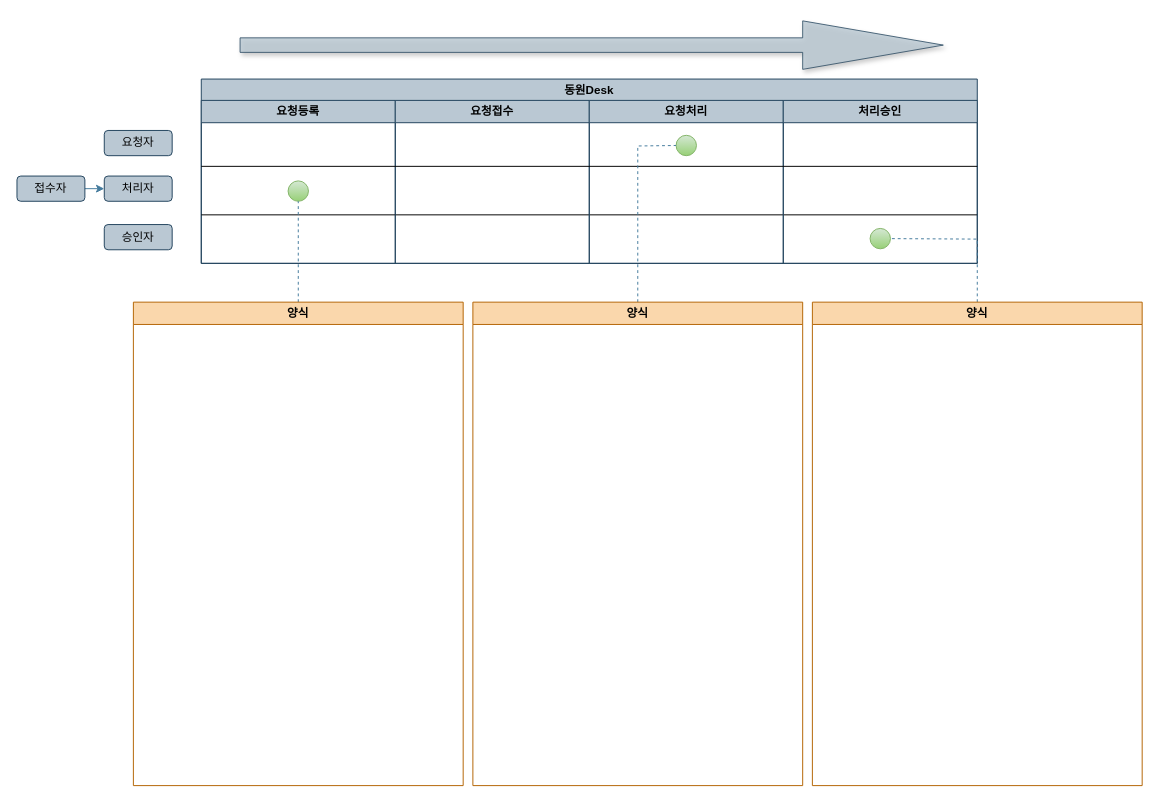
The draw.io diagram page "SR데이터수정2" (2 of 4) of 동원Desk알림프로세스.drawio in eoaud0012/Diagram, before the edit. Source tidied: cells renumbered, new cells numbered last; positions are measured from the earlier drawing's top-left corner, leaving out a move shared by most shapes. Both pictures are drawn from the tidied source at 97%, with x=0, y=0 at pixel (16, 20).
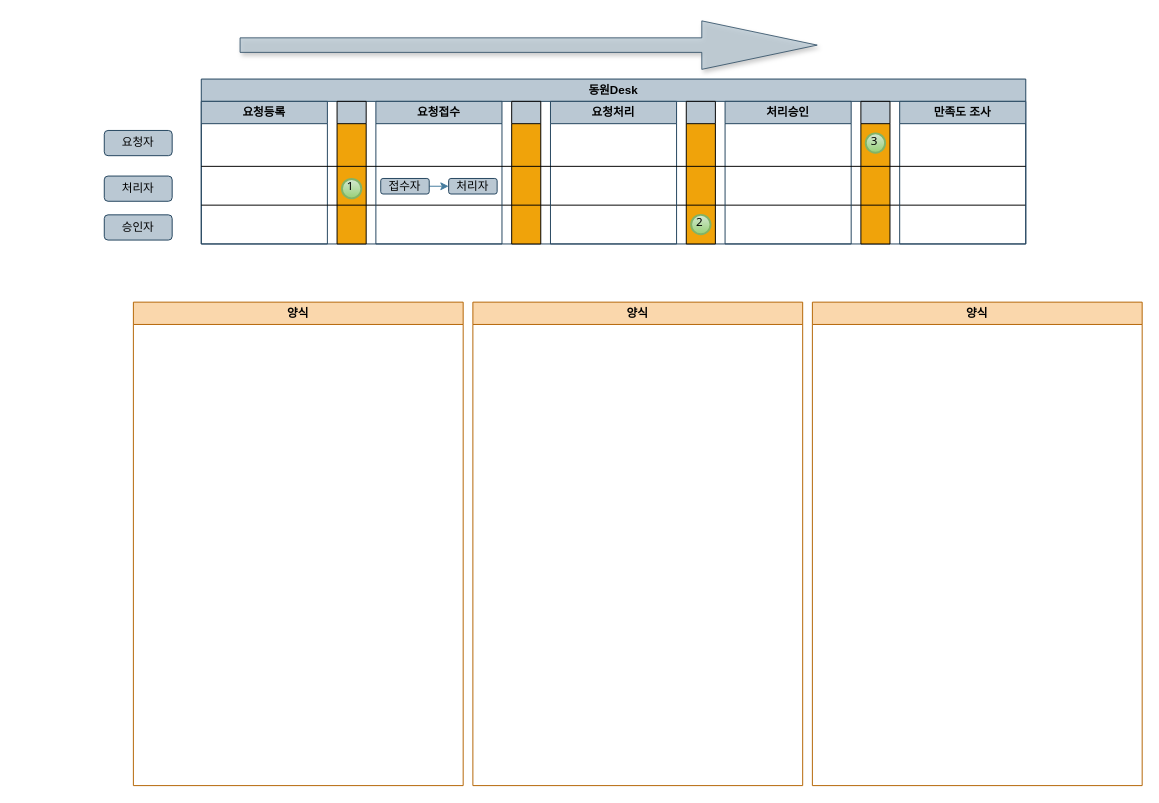
Above is the later version.

Unchanged cells that the change refers to:
```xml
<mxCell id="19" value="양식" style="swimlane;whiteSpace=wrap;html=1;strokeColor=#b46504;fillColor=#fad7ac;" parent="1" vertex="1">
  <mxGeometry x="470" y="290" width="340" height="498.4" as="geometry" />
</mxCell>
<mxCell id="20" value="양식" style="swimlane;whiteSpace=wrap;html=1;strokeColor=#b46504;fillColor=#fad7ac;" parent="1" vertex="1">
  <mxGeometry x="120" y="290" width="340" height="498.4" as="geometry" />
</mxCell>
<mxCell id="21" value="양식" style="swimlane;whiteSpace=wrap;html=1;strokeColor=#b46504;fillColor=#fad7ac;" parent="1" vertex="1">
  <mxGeometry x="820" y="290" width="340" height="498.4" as="geometry" />
</mxCell>
```

Change to the diagram source:
```diff
@@
     <mxCell id="2" style="shape=singleArrow;direction=west;whiteSpace=wrap;html=1;rotation=-180;fillColor=#bac8d3;opacity=80;strokeWidth=1;shadow=1;fontFamily=나눔고딕;rounded=0;labelBackgroundColor=none;strokeColor=#23445d;" parent="1" vertex="1">
-      <mxGeometry x="230" width="725" height="50" as="geometry" />
+      <mxGeometry x="230" width="595" height="50" as="geometry" />
     </mxCell>
-    <mxCell id="3" value="동원Desk" style="swimlane;whiteSpace=wrap;html=1;strokeColor=#23445d;fillColor=#bac8d3;" parent="1" vertex="1">
-      <mxGeometry x="190" y="60" width="800" height="190" as="geometry" />
-    </mxCell>
-    <mxCell id="4" value="요청등록" style="swimlane;whiteSpace=wrap;html=1;strokeColor=#23445d;fillColor=#bac8d3;" parent="3" vertex="1">
-      <mxGeometry y="22" width="200" height="168" as="geometry" />
-    </mxCell>
-    <mxCell id="5" style="ellipse;whiteSpace=wrap;html=1;strokeColor=#82b366;fillColor=#d5e8d4;fillStyle=solid;gradientColor=#97d077;" parent="4" vertex="1">
-      <mxGeometry x="89.5" y="83" width="21" height="21" as="geometry" />
-    </mxCell>
-    <mxCell id="6" style="endArrow=none;html=1;rounded=0;strokeColor=#000000;fontColor=#1D3557;fillColor=#A8DADC;" parent="4" edge="1">
-      <mxGeometry relative="1" as="geometry">
-        <mxPoint y="118" as="sourcePoint" />
-        <mxPoint x="800" y="118" as="targetPoint" />
-      </mxGeometry>
-    </mxCell>
-    <mxCell id="7" value="요청접수" style="swimlane;whiteSpace=wrap;html=1;strokeColor=#23445d;fillColor=#bac8d3;" parent="3" vertex="1">
-      <mxGeometry x="200" y="22" width="200" height="168" as="geometry" />
-    </mxCell>
-    <mxCell id="8" value="요청처리" style="swimlane;whiteSpace=wrap;html=1;strokeColor=#23445d;fillColor=#bac8d3;" parent="3" vertex="1">
-      <mxGeometry x="400" y="22" width="200" height="168" as="geometry" />
-    </mxCell>
-    <mxCell id="9" style="ellipse;whiteSpace=wrap;html=1;strokeColor=#82b366;fillColor=#d5e8d4;fillStyle=solid;gradientColor=#97d077;" parent="8" vertex="1">
-      <mxGeometry x="89.5" y="36" width="21" height="21" as="geometry" />
-    </mxCell>
-    <mxCell id="10" value="처리승인" style="swimlane;whiteSpace=wrap;html=1;strokeColor=#23445d;fillColor=#bac8d3;" parent="3" vertex="1">
-      <mxGeometry x="600" y="22" width="200" height="168" as="geometry" />
-    </mxCell>
-    <mxCell id="11" style="ellipse;whiteSpace=wrap;html=1;strokeColor=#82b366;fillColor=#d5e8d4;fillStyle=solid;gradientColor=#97d077;" parent="10" vertex="1">
-      <mxGeometry x="89.5" y="132" width="21" height="21" as="geometry" />
-    </mxCell>
-    <mxCell id="12" value="요청자" style="rounded=1;whiteSpace=wrap;html=1;strokeColor=#23445d;fillColor=#bac8d3;" parent="1" vertex="1">
-      <mxGeometry x="90" y="113" width="70" height="26" as="geometry" />
-    </mxCell>
-    <mxCell id="13" value="처리자" style="rounded=1;whiteSpace=wrap;html=1;strokeColor=#23445d;fillColor=#bac8d3;" parent="1" vertex="1">
-      <mxGeometry x="90" y="160" width="70" height="26" as="geometry" />
-    </mxCell>
-    <mxCell id="14" style="endArrow=none;html=1;rounded=0;strokeColor=#000000;fontColor=#1D3557;fillColor=#A8DADC;" parent="1" edge="1">
-      <mxGeometry relative="1" as="geometry">
-        <mxPoint x="190" y="150" as="sourcePoint" />
-        <mxPoint x="990" y="150" as="targetPoint" />
-      </mxGeometry>
-    </mxCell>
-    <mxCell id="15" style="endArrow=none;dashed=1;html=1;rounded=0;strokeColor=#457B9D;fontColor=#1D3557;fillColor=#A8DADC;entryX=0.5;entryY=1;entryDx=0;entryDy=0;exitX=0.5;exitY=0;exitDx=0;exitDy=0;" parent="1" edge="1" source="20" target="5">
-      <mxGeometry relative="1" as="geometry" />
-    </mxCell>
-    <mxCell id="16" style="endArrow=none;dashed=1;html=1;rounded=0;strokeColor=#457B9D;fontColor=#1D3557;fillColor=#A8DADC;entryX=0;entryY=0.5;entryDx=0;entryDy=0;exitX=0.5;exitY=0;exitDx=0;exitDy=0;" parent="1" edge="1" source="19" target="9">
-      <mxGeometry relative="1" as="geometry">
-        <Array as="points">
-          <mxPoint x="640" y="129" />
-        </Array>
-      </mxGeometry>
-    </mxCell>
-    <mxCell id="17" value="승인자" style="rounded=1;whiteSpace=wrap;html=1;strokeColor=#23445d;fillColor=#bac8d3;" parent="1" vertex="1">
-      <mxGeometry x="90" y="210" width="70" height="26" as="geometry" />
-    </mxCell>
-    <mxCell id="18" style="endArrow=none;dashed=1;html=1;rounded=0;strokeColor=#457B9D;fontColor=#1D3557;fillColor=#A8DADC;entryX=1;entryY=0.5;entryDx=0;entryDy=0;exitX=0.5;exitY=0;exitDx=0;exitDy=0;" parent="1" edge="1" source="21" target="11">
-      <mxGeometry relative="1" as="geometry">
-        <Array as="points">
-          <mxPoint x="990" y="225" />
-        </Array>
-      </mxGeometry>
-    </mxCell>
@@
-    <mxCell id="22" style="edgeStyle=orthogonalEdgeStyle;rounded=0;jettySize=auto;html=1;entryX=0;entryY=0.5;entryDx=0;entryDy=0;strokeColor=#457B9D;fontColor=#1D3557;fillColor=#A8DADC;" parent="1" edge="1" source="23">
-      <mxGeometry relative="1" as="geometry">
-        <mxPoint x="90" y="173" as="targetPoint" />
-      </mxGeometry>
-    </mxCell>
+    <mxCell id="3" value="동원Desk" style="swimlane;whiteSpace=wrap;html=1;strokeColor=#23445d;fillColor=#bac8d3;" parent="1" vertex="1">
+      <mxGeometry x="190" y="60" width="850" height="170" as="geometry" />
+    </mxCell>
+    <mxCell id="24" style="swimlane;whiteSpace=wrap;html=1;strokeColor=#000000;fontColor=#1D3557;fillColor=#bac8d3;swimlaneFillColor=#f0a30a;" parent="3" vertex="1">
+      <mxGeometry x="500" y="23" width="30" height="147" as="geometry" />
+    </mxCell>
+    <mxCell id="25" value="2" style="ellipse;whiteSpace=wrap;html=1;strokeWidth=2;fontFamily=Tahoma;spacingBottom=4;spacingRight=2;strokeColor=#82b366;fillColor=#d5e8d4;gradientColor=#97d077;" parent="24" vertex="1">
+      <mxGeometry x="5" y="117" width="20" height="20" as="geometry" />
+    </mxCell>
+    <mxCell id="26" style="swimlane;whiteSpace=wrap;html=1;strokeColor=#000000;fontColor=#1D3557;fillColor=#bac8d3;swimlaneFillColor=#f0a30a;" parent="3" vertex="1">
+      <mxGeometry x="680" y="23" width="30" height="147" as="geometry" />
+    </mxCell>
+    <mxCell id="27" value="3" style="ellipse;whiteSpace=wrap;html=1;strokeWidth=2;fontFamily=Tahoma;spacingBottom=4;spacingRight=2;strokeColor=#82b366;fillColor=#d5e8d4;gradientColor=#97d077;" parent="26" vertex="1">
+      <mxGeometry x="5" y="33" width="20" height="20" as="geometry" />
+    </mxCell>
+    <mxCell id="28" style="swimlane;whiteSpace=wrap;html=1;strokeColor=#000000;fontColor=#1D3557;fillColor=#bac8d3;swimlaneFillColor=#f0a30a;" parent="3" vertex="1">
+      <mxGeometry x="320" y="23" width="30" height="147" as="geometry" />
+    </mxCell>
+    <mxCell id="29" style="swimlane;whiteSpace=wrap;html=1;startSize=23;fillColor=#bac8d3;strokeColor=#000000;fontColor=#000000;swimlaneFillColor=#f0a30a;gradientColor=none;" parent="3" vertex="1">
+      <mxGeometry x="140" y="23" width="30" height="147" as="geometry" />
+    </mxCell>
+    <mxCell id="30" value="1" style="ellipse;whiteSpace=wrap;html=1;strokeWidth=2;fontFamily=Tahoma;spacingBottom=4;spacingRight=2;strokeColor=#82b366;fillColor=#d5e8d4;gradientColor=#97d077;" parent="29" vertex="1">
+      <mxGeometry x="5" y="80" width="20" height="20" as="geometry" />
+    </mxCell>
+    <mxCell id="4" value="요청등록" style="swimlane;whiteSpace=wrap;html=1;strokeColor=#23445d;fillColor=#bac8d3;" parent="3" vertex="1">
+      <mxGeometry y="23" width="130" height="147" as="geometry" />
+    </mxCell>
+    <mxCell id="31" style="endArrow=none;html=1;rounded=0;strokeColor=#000000;fontColor=#1D3557;fillColor=#A8DADC;" parent="4" edge="1">
+      <mxGeometry relative="1" as="geometry">
+        <mxPoint y="107" as="sourcePoint" />
+        <mxPoint x="850" y="107" as="targetPoint" />
+      </mxGeometry>
+    </mxCell>
+    <mxCell id="7" value="요청접수" style="swimlane;whiteSpace=wrap;html=1;strokeColor=#23445d;fillColor=#bac8d3;" parent="3" vertex="1">
+      <mxGeometry x="180" y="23" width="130" height="147" as="geometry" />
+    </mxCell>
+    <mxCell id="32" value="처리자" style="rounded=1;whiteSpace=wrap;html=1;strokeColor=#23445d;fillColor=#bac8d3;" parent="7" vertex="1">
+      <mxGeometry x="75" y="79.5" width="50" height="16" as="geometry" />
+    </mxCell>
+    <mxCell id="33" style="edgeStyle=orthogonalEdgeStyle;rounded=0;jettySize=auto;html=1;entryX=0;entryY=0.5;entryDx=0;entryDy=0;strokeColor=#457B9D;fontColor=#1D3557;fillColor=#A8DADC;" parent="7" edge="1" target="32">
+      <mxGeometry relative="1" as="geometry">
+        <mxPoint x="55" y="87.5" as="sourcePoint" />
+      </mxGeometry>
+    </mxCell>
-    <mxCell id="23" value="접수자" style="rounded=1;whiteSpace=wrap;html=1;strokeColor=#23445d;fillColor=#bac8d3;" parent="1" vertex="1">
-      <mxGeometry y="160" width="70" height="26" as="geometry" />
+    <mxCell id="23" value="접수자" style="rounded=1;whiteSpace=wrap;html=1;strokeColor=#23445d;fillColor=#bac8d3;" parent="7" vertex="1">
+      <mxGeometry x="5" y="79.5" width="50" height="16" as="geometry" />
     </mxCell>
+    <mxCell id="8" value="요청처리" style="swimlane;whiteSpace=wrap;html=1;strokeColor=#23445d;fillColor=#bac8d3;" parent="3" vertex="1">
+      <mxGeometry x="360" y="23" width="130" height="147" as="geometry" />
+    </mxCell>
+    <mxCell id="10" value="처리승인" style="swimlane;whiteSpace=wrap;html=1;strokeColor=#23445d;fillColor=#bac8d3;" parent="3" vertex="1">
+      <mxGeometry x="540" y="23" width="130" height="147" as="geometry" />
+    </mxCell>
+    <mxCell id="34" value="만족도 조사" style="swimlane;whiteSpace=wrap;html=1;strokeColor=#23445d;fillColor=#bac8d3;" parent="3" vertex="1">
+      <mxGeometry x="720" y="23" width="130" height="147" as="geometry" />
+    </mxCell>
+    <mxCell id="12" value="요청자" style="rounded=1;whiteSpace=wrap;html=1;strokeColor=#23445d;fillColor=#bac8d3;" parent="1" vertex="1">
+      <mxGeometry x="90" y="113" width="70" height="26" as="geometry" />
+    </mxCell>
+    <mxCell id="13" value="처리자" style="rounded=1;whiteSpace=wrap;html=1;strokeColor=#23445d;fillColor=#bac8d3;" parent="1" vertex="1">
+      <mxGeometry x="90" y="160" width="70" height="26" as="geometry" />
+    </mxCell>
+    <mxCell id="17" value="승인자" style="rounded=1;whiteSpace=wrap;html=1;strokeColor=#23445d;fillColor=#bac8d3;" parent="1" vertex="1">
+      <mxGeometry x="90" y="200" width="70" height="26" as="geometry" />
+    </mxCell>
+    <mxCell id="35" style="endArrow=none;html=1;rounded=0;strokeColor=#000000;fontColor=#1D3557;fillColor=#A8DADC;" parent="1" edge="1">
+      <mxGeometry relative="1" as="geometry">
+        <mxPoint x="190" y="150" as="sourcePoint" />
+        <mxPoint x="1040" y="150" as="targetPoint" />
+      </mxGeometry>
+    </mxCell>
```
